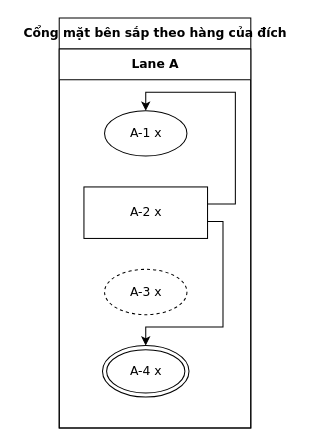
The draw.io diagram conformance/golden/cases/75-port-side-sort-by-row.drawio in luytbq/flowcast, before the edit. Source tidied: cells renumbered, new cells numbered last; positions are measured from the earlier drawing's top-left corner, leaving out a move shared by most shapes. Both pictures are drawn from the tidied source at 103%, with x=0, y=0 at pixel (59, 18).
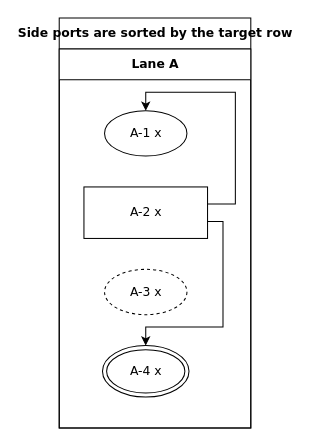
The same diagram, later.

The edit, as a diff of the source:
```diff
@@
 <mxGraphModel>
   <root>
     <mxCell id="0" />
     <mxCell id="1" parent="0" />
-    <mxCell id="2" value="Cổng mặt bên sắp theo hàng của đích" style="swimlane;html=1;startSize=30;fontStyle=1;fontFamily=Verdana;fontSize=12;flowtable=1;" parent="1" vertex="1">
+    <mxCell id="2" value="Side ports are sorted by the target row" style="swimlane;html=1;startSize=30;fontStyle=1;fontFamily=Verdana;fontSize=12;flowtable=1;" parent="1" vertex="1">
       <mxGeometry width="186" height="398" as="geometry" />
     </mxCell>
     <mxCell id="3" value="Lane A" style="swimlane;html=1;startSize=30;fontFamily=Verdana;fontSize=12;flowtable=1;" parent="2" vertex="1">
       <mxGeometry y="30" width="186" height="368" as="geometry" />
     </mxCell>
     <mxCell id="4" value="A-1 x" style="ellipse;html=1;fontFamily=Verdana;fontSize=12;flowtable=1;" parent="3" vertex="1">
       <mxGeometry x="44" y="60" width="80" height="44" as="geometry" />
     </mxCell>
     <mxCell id="5" value="A-2 x" style="rounded=0;html=1;fontFamily=Verdana;fontSize=12;flowtable=1;" parent="3" vertex="1">
       <mxGeometry x="24" y="134" width="120" height="50" as="geometry" />
     </mxCell>
     <mxCell id="6" value="A-3 x" style="ellipse;html=1;dashed=1;fontFamily=Verdana;fontSize=12;flowtable=1;" parent="3" vertex="1">
       <mxGeometry x="44" y="214" width="80" height="44" as="geometry" />
     </mxCell>
     <mxCell id="7" value="A-4 x" style="shape=doubleEllipse;html=1;fontFamily=Verdana;fontSize=12;flowtable=1;" parent="3" vertex="1">
       <mxGeometry x="42" y="288" width="84" height="50" as="geometry" />
     </mxCell>
     <mxCell id="8" style="edgeStyle=orthogonalEdgeStyle;rounded=0;jettySize=auto;html=1;labelBackgroundColor=default;exitX=1;exitY=0.67;exitDx=0;exitDy=0;entryX=0.5;entryY=0;entryDx=0;entryDy=0;fontFamily=Verdana;fontSize=12;flowtable=1;" parent="2" edge="1" source="5" target="7">
       <mxGeometry relative="1" as="geometry">
         <Array as="points">
           <mxPoint x="159" y="197.3" />
           <mxPoint x="159" y="300" />
           <mxPoint x="84" y="300" />
         </Array>
       </mxGeometry>
     </mxCell>
     <mxCell id="9" style="edgeStyle=orthogonalEdgeStyle;rounded=0;jettySize=auto;html=1;labelBackgroundColor=default;exitX=1;exitY=0.33;exitDx=0;exitDy=0;entryX=0.5;entryY=0;entryDx=0;entryDy=0;fontFamily=Verdana;fontSize=12;flowtable=1;" parent="2" edge="1" source="5" target="4">
       <mxGeometry relative="1" as="geometry">
         <Array as="points">
           <mxPoint x="171" y="180.7" />
           <mxPoint x="171" y="72" />
           <mxPoint x="84" y="72" />
         </Array>
       </mxGeometry>
     </mxCell>
   </root>
 </mxGraphModel>
```
